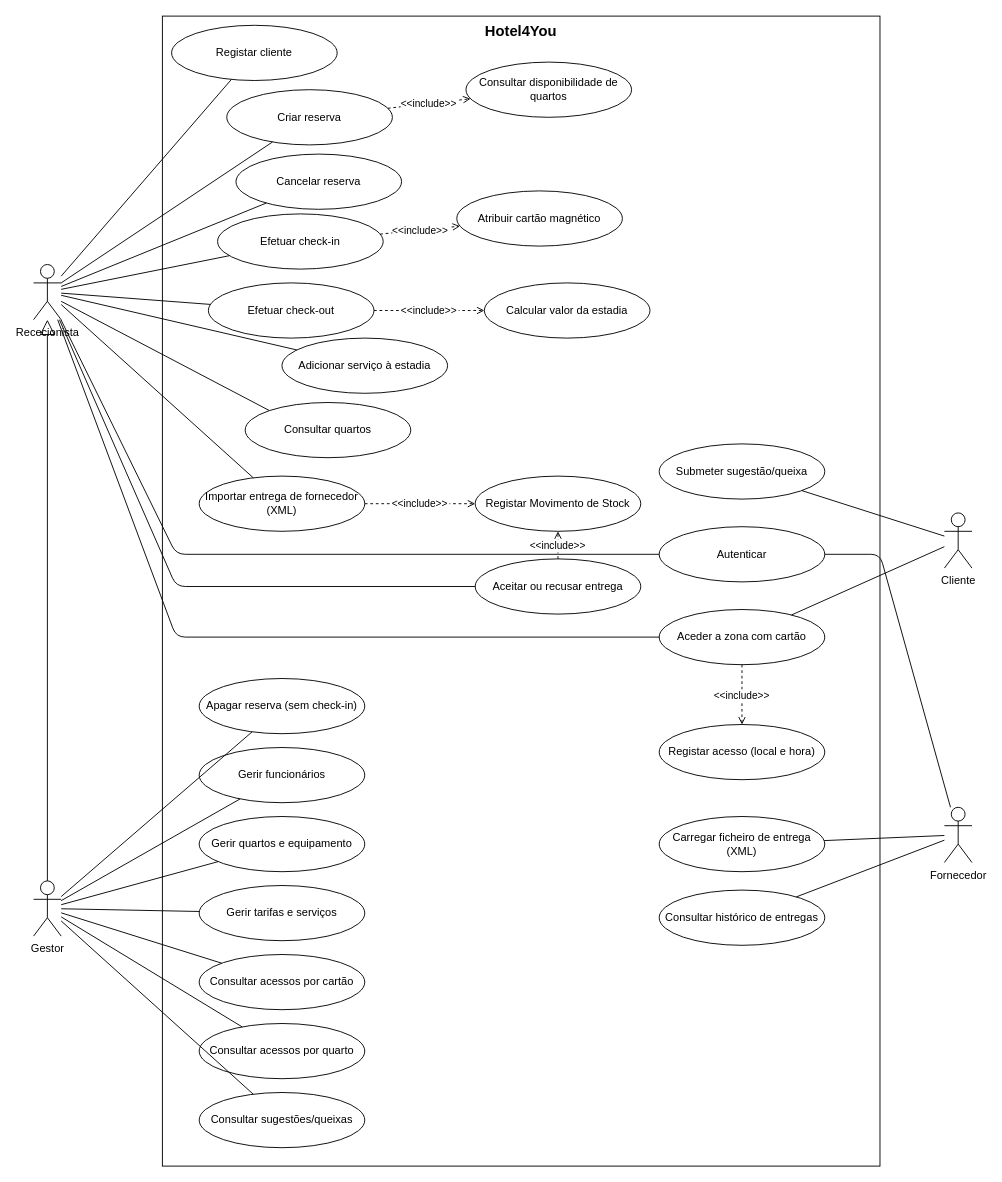
Guiizz/LP3-G2 keeps this draw.io diagram as Scrum/Documentação do Projeto/Casos de Uso/Casos de uso - Hotel4You.drawio. Above is the earlier version. Source tidied: cells renumbered, new cells numbered last; positions are measured from the earlier drawing's top-left corner, leaving out a move shared by most shapes. Both pictures are drawn from the tidied source at 92%, with x=0, y=0 at pixel (33, 16).
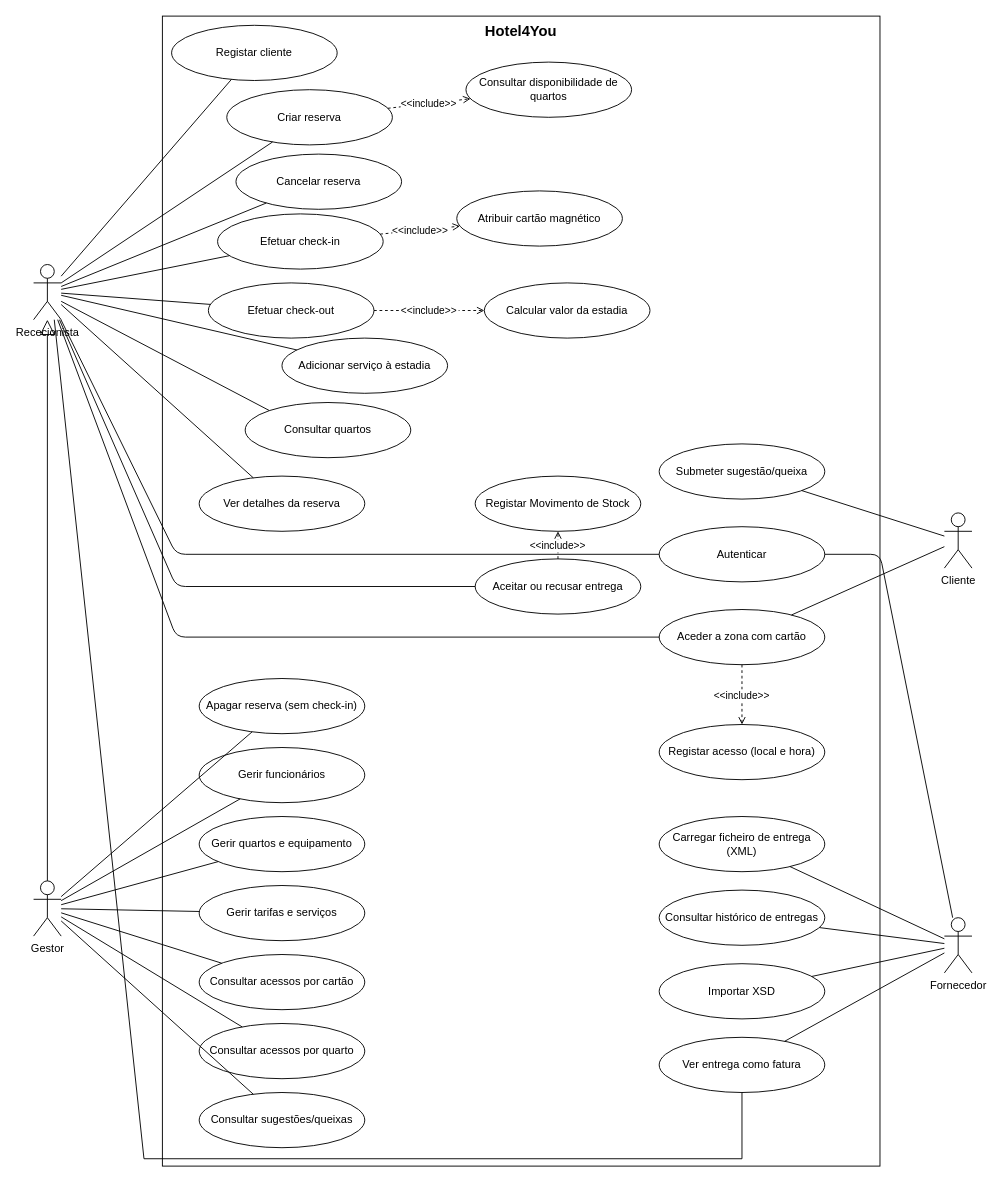
After the change.

Commit message (it also covers changes not shown here):
docs: casos de uso da Sprint 5

The change refers to these unchanged cells:
```xml
<mxCell id="3" value="Rececionista" style="shape=umlActor;verticalLabelPosition=bottom;verticalAlign=top;html=1;" parent="1" vertex="1">
  <mxGeometry y="270" width="30" height="60" as="geometry" />
</mxCell>
<mxCell id="24" value="Registar Movimento de Stock" style="ellipse;whiteSpace=wrap;html=1;" parent="1" vertex="1">
  <mxGeometry x="480" y="500" width="180" height="60" as="geometry" />
</mxCell>
```

The edit, as a diff of the source:
```diff
@@
     <mxCell id="6" value="Fornecedor" style="shape=umlActor;verticalLabelPosition=bottom;verticalAlign=top;html=1;" parent="1" vertex="1">
-      <mxGeometry x="990" y="860" width="30" height="60" as="geometry" />
+      <mxGeometry x="990" y="980" width="30" height="60" as="geometry" />
     </mxCell>
@@
-    <mxCell id="13" value="Importar entrega de fornecedor (XML)" style="ellipse;whiteSpace=wrap;html=1;" parent="1" vertex="1">
+    <mxCell id="13" value="Ver detalhes da reserva" style="ellipse;whiteSpace=wrap;html=1;" parent="1" vertex="1">
       <mxGeometry x="180" y="500" width="180" height="60" as="geometry" />
     </mxCell>
@@
-    <mxCell id="54" value="&lt;&lt;include&gt;&gt;" style="endArrow=open;endFill=0;dashed=1;exitX=1;exitY=0.5;exitDx=0;exitDy=0;" parent="1" edge="1" source="13" target="24">
-      <mxGeometry relative="1" as="geometry">
-        <Array as="points">
-          <mxPoint x="440" y="530" />
-        </Array>
-      </mxGeometry>
-    </mxCell>
@@
+    <mxCell id="63" value="Importar XSD" style="ellipse;whiteSpace=wrap;html=1;" parent="1" vertex="1">
+      <mxGeometry x="680" y="1030" width="180" height="60" as="geometry" />
+    </mxCell>
+    <mxCell id="64" value="Ver entrega como fatura" style="ellipse;whiteSpace=wrap;html=1;" parent="1" vertex="1">
+      <mxGeometry x="680" y="1110" width="180" height="60" as="geometry" />
+    </mxCell>
+    <mxCell id="65" style="endArrow=none;" parent="1" edge="1" source="6" target="63">
+      <mxGeometry relative="1" as="geometry" />
+    </mxCell>
+    <mxCell id="66" style="endArrow=none;" parent="1" edge="1" source="6" target="64">
+      <mxGeometry relative="1" as="geometry" />
+    </mxCell>
+    <mxCell id="67" style="endArrow=none;rounded=0;exitX=0.75;exitY=1;exitDx=0;exitDy=0;entryX=0.5;entryY=1;entryDx=0;entryDy=0;" parent="1" edge="1" source="3" target="64">
+      <mxGeometry relative="1" as="geometry">
+        <Array as="points">
+          <mxPoint x="120" y="1242" />
+          <mxPoint x="770" y="1242" />
+        </Array>
+      </mxGeometry>
+    </mxCell>
```
